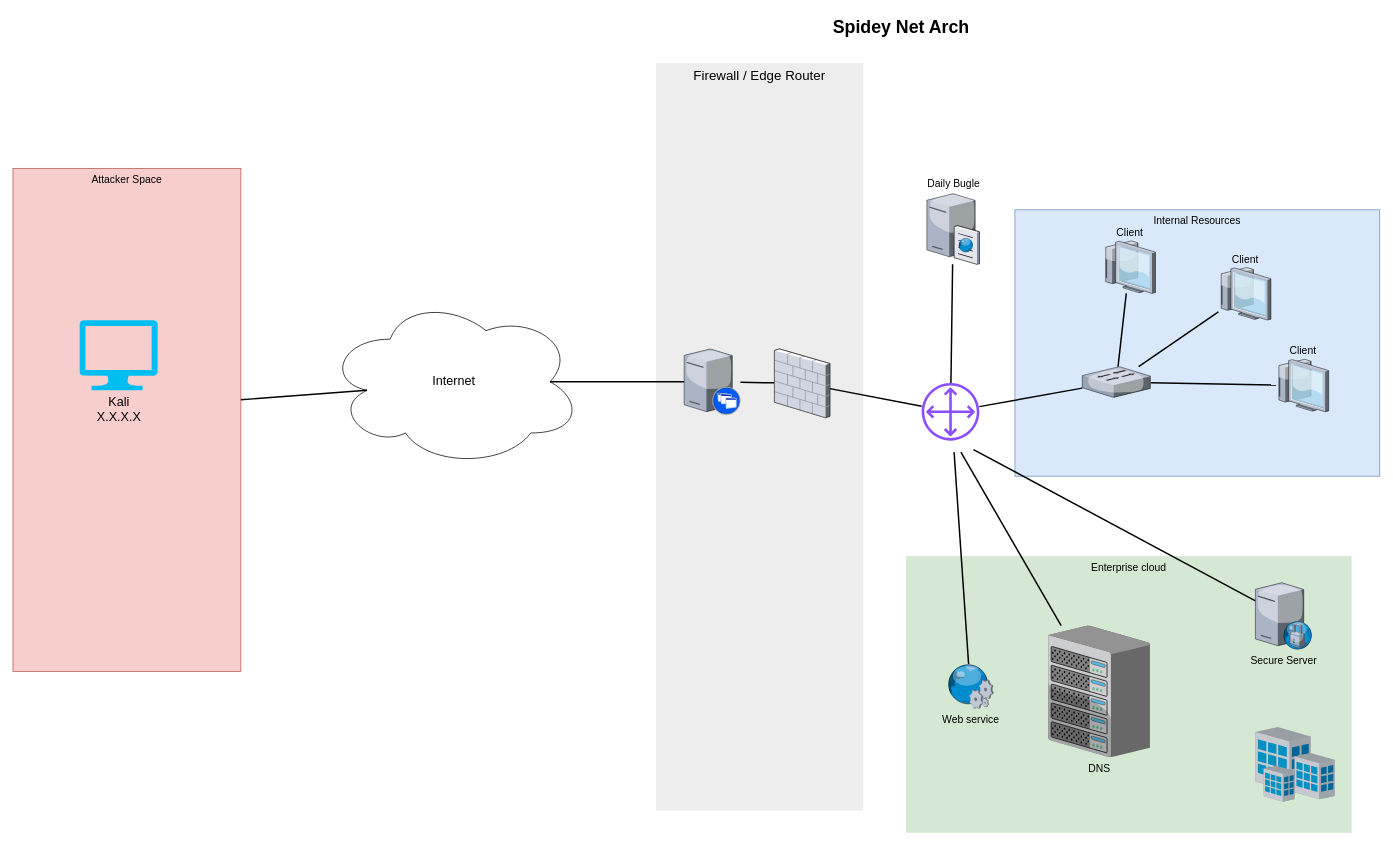
working-git/Depresso-Espresso keeps this draw.io diagram as Untitled Diagram.drawio. Above is the earlier version. Source tidied: cells renumbered, new cells numbered last; positions are measured from the earlier drawing's top-left corner, leaving out a move shared by most shapes. Both pictures are drawn from the tidied source at 74%, with x=0, y=0 at pixel (13, 13).
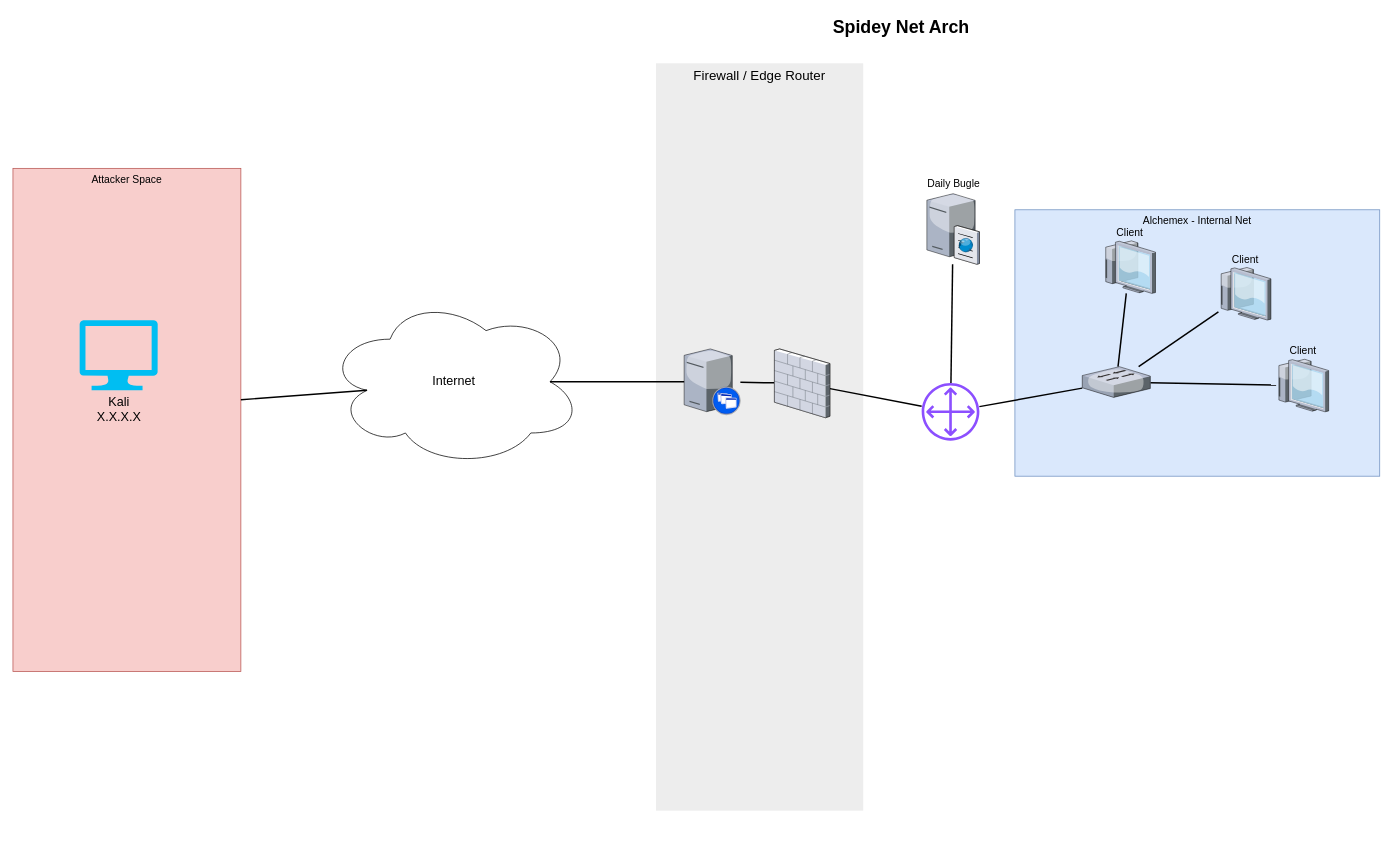
After the change.

Change to the diagram source:
```diff
@@
-    <mxCell id="2" value="Internal Resources&lt;br&gt;" style="whiteSpace=wrap;html=1;fillColor=#dae8fc;fontSize=14;strokeColor=#6c8ebf;verticalAlign=top;" parent="1" vertex="1">
+    <mxCell id="2" value="Alchemex - Internal Net&lt;br&gt;" style="whiteSpace=wrap;html=1;fillColor=#dae8fc;fontSize=14;strokeColor=#6c8ebf;verticalAlign=top;" parent="1" vertex="1">
       <mxGeometry x="1354" y="266" width="493" height="360" as="geometry" />
     </mxCell>
-    <mxCell id="3" value="Enterprise cloud" style="whiteSpace=wrap;html=1;fillColor=#d5e8d4;fontSize=14;strokeColor=none;verticalAlign=top;" parent="1" vertex="1">
-      <mxGeometry x="1207" y="734" width="602" height="374" as="geometry" />
-    </mxCell>
@@
-    <mxCell id="12" style="edgeStyle=none;rounded=0;html=1;startSize=10;endSize=10;jettySize=auto;fontSize=14;endArrow=none;endFill=0;strokeWidth=2;" parent="1" edge="1" target="18">
-      <mxGeometry relative="1" as="geometry">
-        <mxPoint x="1281" y="593.5" as="sourcePoint" />
-      </mxGeometry>
-    </mxCell>
@@
-    <mxCell id="15" style="edgeStyle=none;rounded=0;html=1;startSize=10;endSize=10;jettySize=auto;fontSize=14;endArrow=none;endFill=0;strokeWidth=2;" parent="1" edge="1" target="21">
-      <mxGeometry relative="1" as="geometry">
-        <mxPoint x="1298" y="590" as="sourcePoint" />
-      </mxGeometry>
-    </mxCell>
@@
-    <mxCell id="18" value="DNS" style="verticalLabelPosition=bottom;html=1;verticalAlign=top;strokeColor=none;shape=mxgraph.citrix.chassis;fillColor=#66B2FF;gradientColor=#0066CC;fontSize=14;" parent="1" vertex="1">
-      <mxGeometry x="1399" y="828" width="137.5" height="177.5" as="geometry" />
-    </mxCell>
@@
-    <mxCell id="21" value="Secure Server" style="verticalLabelPosition=bottom;html=1;verticalAlign=top;strokeColor=none;shape=mxgraph.citrix.proxy_server;fillColor=#66B2FF;gradientColor=#0066CC;fontSize=14;" parent="1" vertex="1">
-      <mxGeometry x="1679" y="770" width="76.5" height="90" as="geometry" />
-    </mxCell>
@@
-    <mxCell id="29" style="edgeStyle=none;rounded=0;html=1;startSize=10;endSize=10;jettySize=auto;fontSize=14;endArrow=none;endFill=0;strokeWidth=2;" parent="1" edge="1" source="30">
-      <mxGeometry relative="1" as="geometry">
-        <mxPoint x="1271.8" y="593.5" as="targetPoint" />
-      </mxGeometry>
-    </mxCell>
-    <mxCell id="30" value="Web service" style="verticalLabelPosition=bottom;html=1;verticalAlign=top;strokeColor=none;shape=mxgraph.citrix.web_service;fillColor=#66B2FF;gradientColor=#0066CC;fontSize=14;" parent="1" vertex="1">
-      <mxGeometry x="1262" y="880" width="63" height="60" as="geometry" />
-    </mxCell>
-    <mxCell id="31" style="verticalLabelPosition=bottom;html=1;verticalAlign=top;strokeColor=none;shape=mxgraph.citrix.site;fillColor=#66B2FF;gradientColor=#0066CC;fontSize=14;" parent="1" vertex="1">
-      <mxGeometry x="1679" y="965" width="107" height="101" as="geometry" />
-    </mxCell>
```
